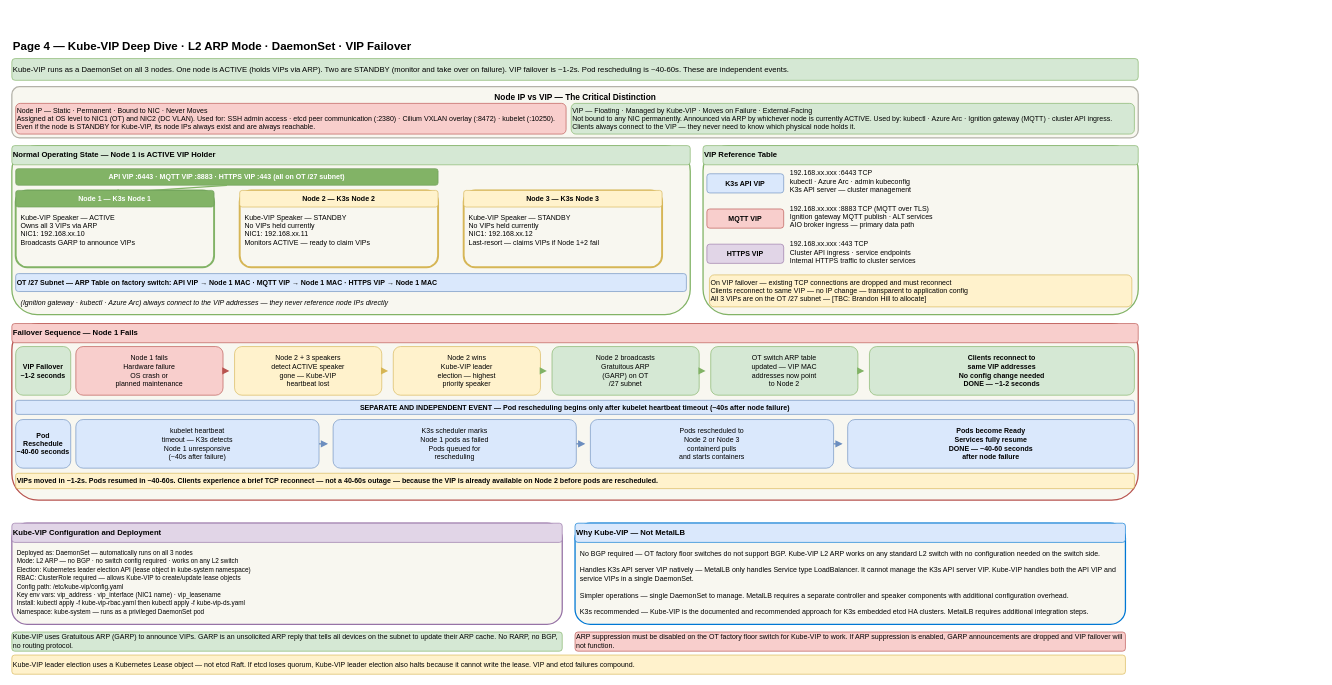
avinashr-insight/manufacturing-iot keeps this draw.io diagram as page "Kube-VIP" (3 of 5) of AIO-Architecture-V2.drawio. Above is the earlier version. Source tidied: cells renumbered, new cells numbered last; positions are measured from the earlier drawing's top-left corner, leaving out a move shared by most shapes. Both pictures are drawn from the tidied source at 64%, with x=0, y=0 at pixel (12, 35). Pictures stored in the file or linked from it are replaced by grey dashed boxes.
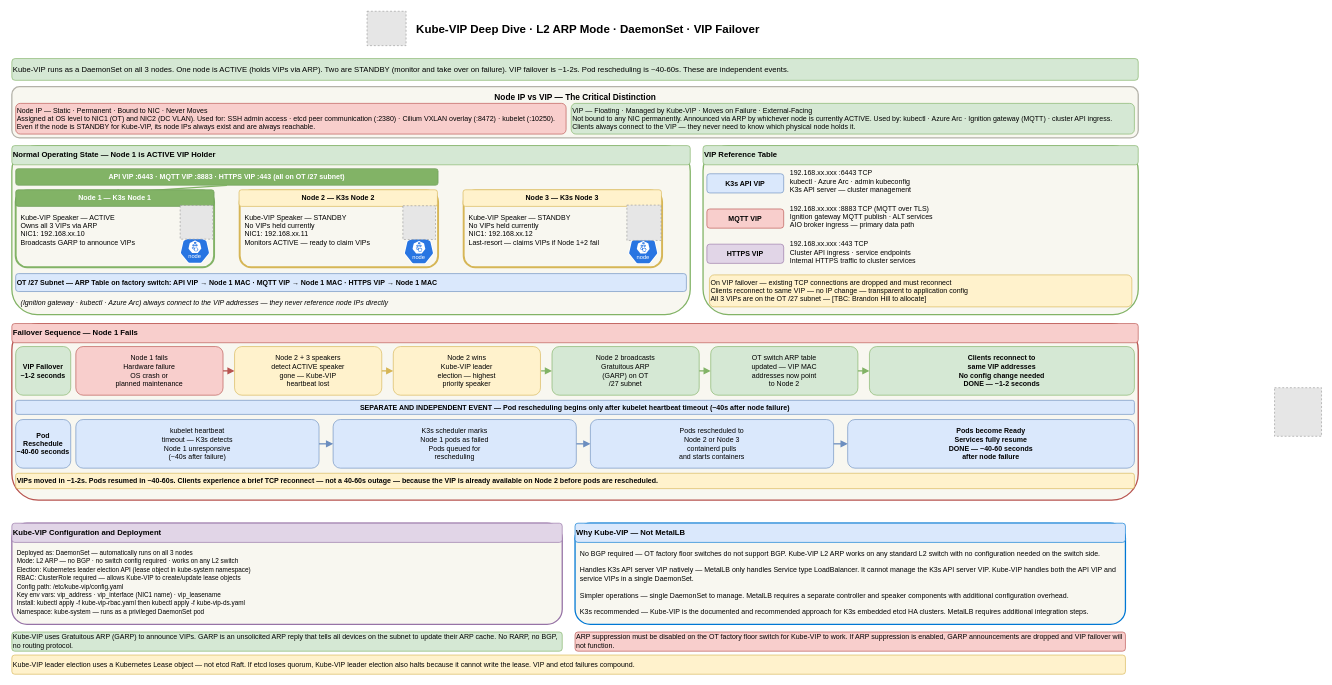
Above is the later version.

The change refers to these unchanged cells:
```xml
<mxCell id="37" value="Node 2 + 3 speakers&#10;detect ACTIVE speaker&#10;gone — Kube-VIP&#10;heartbeat lost" style="rounded=1;whiteSpace=wrap;html=1;fillColor=#fff2cc;strokeColor=#d6b656;fontSize=11;align=center;" parent="1" vertex="1">
  <mxGeometry x="348" y="486" width="230" height="76" as="geometry" />
</mxCell>
<mxCell id="39" value="Node 2 wins&#10;Kube-VIP leader&#10;election — highest&#10;priority speaker" style="rounded=1;whiteSpace=wrap;html=1;fillColor=#fff2cc;strokeColor=#d6b656;fontSize=11;align=center;" parent="1" vertex="1">
  <mxGeometry x="596" y="486" width="230" height="76" as="geometry" />
</mxCell>
<mxCell id="41" value="Node 2 broadcasts&#10;Gratuitous ARP&#10;(GARP) on OT&#10;/27 subnet" style="rounded=1;whiteSpace=wrap;html=1;fillColor=#d5e8d4;strokeColor=#82b366;fontSize=11;align=center;" parent="1" vertex="1">
  <mxGeometry x="844" y="486" width="230" height="76" as="geometry" />
</mxCell>
<mxCell id="43" value="OT switch ARP table&#10;updated — VIP MAC&#10;addresses now point&#10;to Node 2" style="rounded=1;whiteSpace=wrap;html=1;fillColor=#d5e8d4;strokeColor=#82b366;fontSize=11;align=center;" parent="1" vertex="1">
  <mxGeometry x="1092" y="486" width="230" height="76" as="geometry" />
</mxCell>
<mxCell id="45" value="Clients reconnect to&#10;same VIP addresses&#10;No config change needed&#10;DONE — ~1-2 seconds" style="rounded=1;whiteSpace=wrap;html=1;fillColor=#d5e8d4;strokeColor=#82b366;fontSize=11;fontStyle=1;align=center;" parent="1" vertex="1">
  <mxGeometry x="1340" y="486" width="414" height="76" as="geometry" />
</mxCell>
<mxCell id="50" value="K3s scheduler marks&#10;Node 1 pods as failed&#10;Pods queued for&#10;rescheduling" style="rounded=1;whiteSpace=wrap;html=1;fillColor=#dae8fc;strokeColor=#6c8ebf;fontSize=11;align=center;" parent="1" vertex="1">
  <mxGeometry x="502" y="600" width="380" height="76" as="geometry" />
</mxCell>
<mxCell id="52" value="Pods rescheduled to&#10;Node 2 or Node 3&#10;containerd pulls&#10;and starts containers" style="rounded=1;whiteSpace=wrap;html=1;fillColor=#dae8fc;strokeColor=#6c8ebf;fontSize=11;align=center;" parent="1" vertex="1">
  <mxGeometry x="904" y="600" width="380" height="76" as="geometry" />
</mxCell>
<mxCell id="54" value="Pods become Ready&#10;Services fully resume&#10;DONE — ~40-60 seconds&#10;after node failure" style="rounded=1;whiteSpace=wrap;html=1;fillColor=#dae8fc;strokeColor=#6c8ebf;fontSize=11;fontStyle=1;align=center;" parent="1" vertex="1">
  <mxGeometry x="1306" y="600" width="448" height="76" as="geometry" />
</mxCell>
```

Diff of the diagram source:
```diff
@@
-    <mxCell id="2" value="Page 4 — Kube-VIP Deep Dive · L2 ARP Mode · DaemonSet · VIP Failover" style="text;html=1;fontSize=18;fontStyle=1;align=left;fillColor=none;strokeColor=none;" parent="1" vertex="1">
-      <mxGeometry width="900" height="30" as="geometry" />
+    <mxCell id="2" value="&lt;span style=&quot;white-space: pre;&quot;&gt;&#9;&lt;/span&gt;&lt;span style=&quot;white-space: pre;&quot;&gt;&#9;&lt;/span&gt;&lt;span style=&quot;white-space: pre;&quot;&gt;&#9;&lt;/span&gt;&lt;span style=&quot;white-space: pre;&quot;&gt;&#9;&lt;/span&gt;&lt;span style=&quot;white-space: pre;&quot;&gt;&#9;&lt;/span&gt;&lt;span style=&quot;white-space: pre;&quot;&gt;&#9;&lt;/span&gt;&lt;span style=&quot;white-space: pre;&quot;&gt;&#9;&lt;/span&gt;&lt;span style=&quot;white-space: pre;&quot;&gt;&#9;&lt;/span&gt;&lt;span style=&quot;white-space: pre;&quot;&gt;&#9;&lt;/span&gt;&lt;span style=&quot;white-space: pre;&quot;&gt;&#9;&lt;/span&gt;&lt;span style=&quot;white-space: pre;&quot;&gt;&#9;&lt;/span&gt;&lt;span style=&quot;white-space: pre;&quot;&gt;&#9;&lt;/span&gt;Kube-VIP Deep Dive · L2 ARP Mode · DaemonSet · VIP Failover" style="text;html=1;fontSize=18;fontStyle=1;align=left;fillColor=none;strokeColor=none;" parent="1" vertex="1">
+      <mxGeometry x="150" y="-26" width="900" height="30" as="geometry" />
     </mxCell>
@@
     <mxCell id="13" value="Node 1 — K3s Node 1" style="rounded=1;whiteSpace=wrap;html=1;fillColor=#82b366;strokeColor=#6c9c57;fontColor=#ffffff;fontSize=11;fontStyle=1;align=center;" parent="1" vertex="1">
-      <mxGeometry x="6" y="242" width="310" height="26" as="geometry" />
+      <mxGeometry x="6" y="241" width="310" height="26" as="geometry" />
     </mxCell>
@@
     <mxCell id="16" value="Node 2 — K3s Node 2" style="rounded=1;whiteSpace=wrap;html=1;fillColor=#fff2cc;strokeColor=#d6b656;fontSize=11;fontStyle=1;align=center;" parent="1" vertex="1">
-      <mxGeometry x="356" y="242" width="310" height="26" as="geometry" />
+      <mxGeometry x="355" y="241" width="310" height="26" as="geometry" />
     </mxCell>
@@
     <mxCell id="19" value="Node 3 — K3s Node 3" style="rounded=1;whiteSpace=wrap;html=1;fillColor=#fff2cc;strokeColor=#d6b656;fontSize=11;fontStyle=1;align=center;" parent="1" vertex="1">
-      <mxGeometry x="706" y="242" width="310" height="26" as="geometry" />
+      <mxGeometry x="705" y="241" width="310" height="26" as="geometry" />
     </mxCell>
@@
-    <mxCell id="36" style="endArrow=block;endFill=1;html=1;strokeColor=#b85450;strokeWidth=2;" parent="1" edge="1">
+    <mxCell id="36" style="endArrow=block;endFill=1;html=1;strokeColor=#b85450;strokeWidth=2;entryX=0;entryY=0.5;entryDx=0;entryDy=0;" parent="1" edge="1" target="37">
       <mxGeometry relative="1" as="geometry">
         <mxPoint x="330" y="524" as="sourcePoint" />
-        <mxPoint x="340" y="524" as="targetPoint" />
       </mxGeometry>
     </mxCell>
@@
-    <mxCell id="38" style="endArrow=block;endFill=1;html=1;strokeColor=#d6b656;strokeWidth=2;" parent="1" edge="1">
+    <mxCell id="38" style="endArrow=block;endFill=1;html=1;strokeColor=#d6b656;strokeWidth=2;entryX=0;entryY=0.5;entryDx=0;entryDy=0;" parent="1" edge="1" target="39">
       <mxGeometry relative="1" as="geometry">
         <mxPoint x="578" y="524" as="sourcePoint" />
-        <mxPoint x="588" y="524" as="targetPoint" />
       </mxGeometry>
     </mxCell>
@@
-    <mxCell id="40" style="endArrow=block;endFill=1;html=1;strokeColor=#82b366;strokeWidth=2;" parent="1" edge="1">
+    <mxCell id="40" style="endArrow=block;endFill=1;html=1;strokeColor=#82b366;strokeWidth=2;entryX=0;entryY=0.5;entryDx=0;entryDy=0;" parent="1" edge="1" target="41">
       <mxGeometry relative="1" as="geometry">
-        <mxPoint x="826" y="524" as="sourcePoint" />
-        <mxPoint x="836" y="524" as="targetPoint" />
+        <mxPoint x="827" y="524" as="sourcePoint" />
       </mxGeometry>
     </mxCell>
@@
-    <mxCell id="42" style="endArrow=block;endFill=1;html=1;strokeColor=#82b366;strokeWidth=2;" parent="1" edge="1">
+    <mxCell id="42" style="endArrow=block;endFill=1;html=1;strokeColor=#82b366;strokeWidth=2;entryX=0;entryY=0.5;entryDx=0;entryDy=0;" parent="1" edge="1" target="43">
       <mxGeometry relative="1" as="geometry">
         <mxPoint x="1074" y="524" as="sourcePoint" />
-        <mxPoint x="1084" y="524" as="targetPoint" />
       </mxGeometry>
     </mxCell>
@@
-    <mxCell id="44" style="endArrow=block;endFill=1;html=1;strokeColor=#82b366;strokeWidth=2;" parent="1" edge="1">
+    <mxCell id="44" style="endArrow=block;endFill=1;html=1;strokeColor=#82b366;strokeWidth=2;entryX=0;entryY=0.5;entryDx=0;entryDy=0;" parent="1" edge="1" target="45">
       <mxGeometry relative="1" as="geometry">
         <mxPoint x="1322" y="524" as="sourcePoint" />
-        <mxPoint x="1332" y="524" as="targetPoint" />
       </mxGeometry>
     </mxCell>
@@
-    <mxCell id="49" style="endArrow=block;endFill=1;html=1;strokeColor=#6c8ebf;strokeWidth=2;" parent="1" edge="1">
+    <mxCell id="49" style="endArrow=block;endFill=1;html=1;strokeColor=#6c8ebf;strokeWidth=2;entryX=0;entryY=0.5;entryDx=0;entryDy=0;" parent="1" edge="1" target="50">
       <mxGeometry relative="1" as="geometry">
         <mxPoint x="480" y="638" as="sourcePoint" />
-        <mxPoint x="494" y="638" as="targetPoint" />
       </mxGeometry>
     </mxCell>
@@
-    <mxCell id="51" style="endArrow=block;endFill=1;html=1;strokeColor=#6c8ebf;strokeWidth=2;" parent="1" edge="1">
+    <mxCell id="51" style="endArrow=block;endFill=1;html=1;strokeColor=#6c8ebf;strokeWidth=2;entryX=0;entryY=0.5;entryDx=0;entryDy=0;" parent="1" edge="1" target="52">
       <mxGeometry relative="1" as="geometry">
         <mxPoint x="882" y="638" as="sourcePoint" />
-        <mxPoint x="896" y="638" as="targetPoint" />
       </mxGeometry>
     </mxCell>
@@
-    <mxCell id="53" style="endArrow=block;endFill=1;html=1;strokeColor=#6c8ebf;strokeWidth=2;" parent="1" edge="1">
+    <mxCell id="53" style="endArrow=block;endFill=1;html=1;strokeColor=#6c8ebf;strokeWidth=2;entryX=0;entryY=0.5;entryDx=0;entryDy=0;" parent="1" edge="1" target="54">
       <mxGeometry relative="1" as="geometry">
         <mxPoint x="1284" y="638" as="sourcePoint" />
-        <mxPoint x="1298" y="638" as="targetPoint" />
       </mxGeometry>
     </mxCell>
@@
+    <mxCell id="65" style="sketch=0;html=1;dashed=0;whitespace=wrap;verticalLabelPosition=bottom;verticalAlign=top;fillColor=#2875E2;strokeColor=#ffffff;shape=mxgraph.kubernetes.icon2;kubernetesLabel=1;prIcon=node;" parent="1" vertex="1">
+      <mxGeometry x="963" y="311.9" width="47" height="45.1" as="geometry" />
+    </mxCell>
+    <mxCell id="66" style="fillColor=#E6E6E6;strokeColor=#999999;dashed=1;verticalLabelPosition=bottom;labelBackgroundColor=default;verticalAlign=top;" parent="1" vertex="1">
+      <mxGeometry x="1973" y="550.3" width="73.4" height="75.9" as="geometry" />
+    </mxCell>
+    <mxCell id="67" style="fillColor=#E6E6E6;strokeColor=#999999;dashed=1;verticalLabelPosition=bottom;labelBackgroundColor=default;verticalAlign=top;" parent="1" vertex="1">
+      <mxGeometry x="961" y="265" width="53.4" height="55.2" as="geometry" />
+    </mxCell>
+    <mxCell id="68" style="sketch=0;html=1;dashed=0;whitespace=wrap;verticalLabelPosition=bottom;verticalAlign=top;fillColor=#2875E2;strokeColor=#ffffff;shape=mxgraph.kubernetes.icon2;kubernetesLabel=1;prIcon=node;" parent="1" vertex="1">
+      <mxGeometry x="612.6" y="311.9" width="47" height="45.1" as="geometry" />
+    </mxCell>
+    <mxCell id="69" style="fillColor=#E6E6E6;strokeColor=#999999;dashed=1;verticalLabelPosition=bottom;labelBackgroundColor=default;verticalAlign=top;" parent="1" vertex="1">
+      <mxGeometry x="611" y="266" width="51" height="52.7" as="geometry" />
+    </mxCell>
+    <mxCell id="70" style="sketch=0;html=1;dashed=0;whitespace=wrap;verticalLabelPosition=bottom;verticalAlign=top;fillColor=#2875E2;strokeColor=#ffffff;shape=mxgraph.kubernetes.icon2;kubernetesLabel=1;prIcon=node;" parent="1" vertex="1">
+      <mxGeometry x="262.6" y="311.4" width="47" height="45.1" as="geometry" />
+    </mxCell>
+    <mxCell id="71" style="fillColor=#E6E6E6;strokeColor=#999999;dashed=1;verticalLabelPosition=bottom;labelBackgroundColor=default;verticalAlign=top;" parent="1" vertex="1">
+      <mxGeometry x="263" y="265.5" width="51" height="52.7" as="geometry" />
+    </mxCell>
+    <mxCell id="72" style="fillColor=#E6E6E6;strokeColor=#999999;dashed=1;verticalLabelPosition=bottom;labelBackgroundColor=default;verticalAlign=top;" parent="1" vertex="1">
+      <mxGeometry x="555" y="-37.9" width="61" height="53.7" as="geometry" />
+    </mxCell>
```
